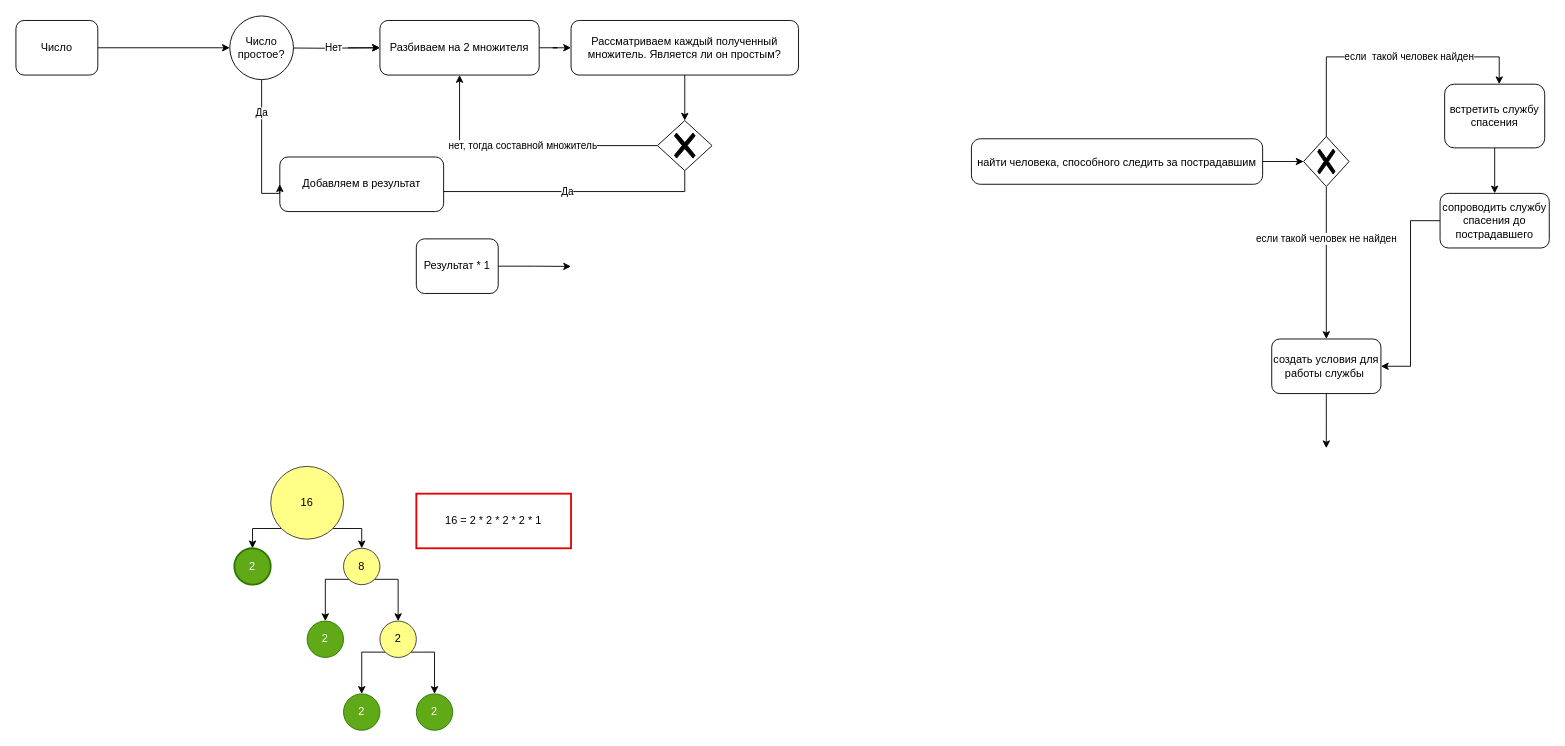
KirillMazinskiy/test2 keeps this draw.io diagram as Untitled Diagram.drawio. Above is the earlier version. Source tidied: cells renumbered, new cells numbered last; positions are measured from the earlier drawing's top-left corner, leaving out a move shared by most shapes. Both pictures are drawn from the tidied source at 91%, with x=0, y=0 at pixel (15, 15).
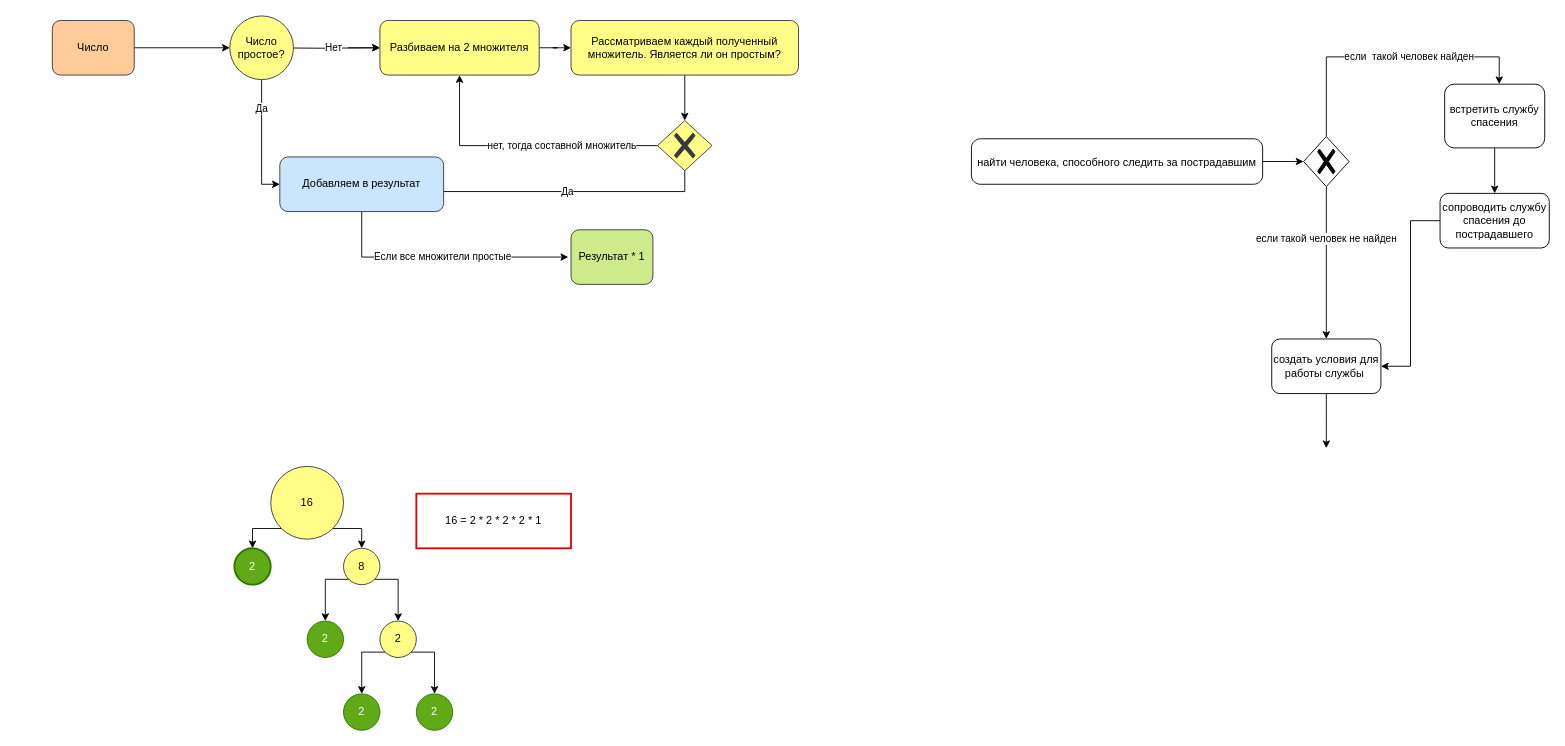
Above is the later version.

Diff of the diagram source:
```diff
@@
-    <mxCell id="3" value="Разбиваем на 2 множителя" style="rounded=1;whiteSpace=wrap;html=1;" parent="1" vertex="1">
+    <mxCell id="3" value="Разбиваем на 2 множителя" style="rounded=1;whiteSpace=wrap;html=1;fillColor=#ffff88;strokeColor=#36393d;" parent="1" vertex="1">
       <mxGeometry x="400" y="5" width="175" height="60" as="geometry" />
     </mxCell>
@@
-    <mxCell id="5" value="Рассматриваем каждый полученный множитель. Является ли он простым?" style="rounded=1;whiteSpace=wrap;html=1;" parent="1" vertex="1">
+    <mxCell id="5" value="Рассматриваем каждый полученный множитель. Является ли он простым?" style="rounded=1;whiteSpace=wrap;html=1;fillColor=#ffff88;strokeColor=#36393d;" parent="1" vertex="1">
       <mxGeometry x="610" y="5" width="250" height="60" as="geometry" />
     </mxCell>
@@
     <mxCell id="7" value="нет, тогда составной множитель" style="edgeStyle=orthogonalEdgeStyle;rounded=0;jettySize=auto;html=1;entryX=0.5;entryY=1;entryDx=0;entryDy=0;" parent="1" edge="1" source="8" target="3">
-      <mxGeometry relative="1" as="geometry" />
+      <mxGeometry x="-0.29" relative="1" as="geometry" />
     </mxCell>
-    <mxCell id="8" style="points=[[0.25,0.25,0],[0.5,0,0],[0.75,0.25,0],[1,0.5,0],[0.75,0.75,0],[0.5,1,0],[0.25,0.75,0],[0,0.5,0]];shape=mxgraph.bpmn.gateway2;html=1;verticalLabelPosition=bottom;labelBackgroundColor=#ffffff;verticalAlign=top;align=center;perimeter=rhombusPerimeter;outlineConnect=0;outline=none;symbol=none;gwType=exclusive;" parent="1" vertex="1">
+    <mxCell id="8" style="points=[[0.25,0.25,0],[0.5,0,0],[0.75,0.25,0],[1,0.5,0],[0.75,0.75,0],[0.5,1,0],[0.25,0.75,0],[0,0.5,0]];shape=mxgraph.bpmn.gateway2;html=1;verticalLabelPosition=bottom;labelBackgroundColor=#ffffff;verticalAlign=top;align=center;perimeter=rhombusPerimeter;outlineConnect=0;outline=none;symbol=none;gwType=exclusive;fillColor=#ffff88;strokeColor=#36393d;" parent="1" vertex="1">
       <mxGeometry x="705" y="115" width="60" height="55" as="geometry" />
     </mxCell>
@@
-    <mxCell id="22" value="Число" style="rounded=1;whiteSpace=wrap;html=1;" parent="1" vertex="1">
-      <mxGeometry y="5" width="90" height="60" as="geometry" />
+    <mxCell id="22" value="Число" style="rounded=1;whiteSpace=wrap;html=1;fillColor=#ffcc99;strokeColor=#36393d;" parent="1" vertex="1">
+      <mxGeometry x="40" y="5" width="90" height="60" as="geometry" />
     </mxCell>
+    <mxCell id="43" value="Если все множители простые" style="edgeStyle=orthogonalEdgeStyle;rounded=0;jettySize=auto;html=1;exitX=0.5;exitY=1;exitDx=0;exitDy=0;" parent="1" edge="1" source="23">
+      <mxGeometry relative="1" as="geometry">
+        <mxPoint x="607" y="265" as="targetPoint" />
+        <Array as="points">
+          <mxPoint x="380" y="265" />
+        </Array>
+      </mxGeometry>
+    </mxCell>
-    <mxCell id="23" value="Добавляем в результат" style="rounded=1;whiteSpace=wrap;html=1;" parent="1" vertex="1">
+    <mxCell id="23" value="Добавляем в результат" style="rounded=1;whiteSpace=wrap;html=1;fillColor=#cce5ff;strokeColor=#36393d;" parent="1" vertex="1">
       <mxGeometry x="290" y="155" width="180" height="60" as="geometry" />
     </mxCell>
@@
     <mxCell id="25" value="Да" style="edgeStyle=orthogonalEdgeStyle;rounded=0;jettySize=auto;html=1;exitX=0.5;exitY=1;exitDx=0;exitDy=0;entryX=0;entryY=0.5;entryDx=0;entryDy=0;" parent="1" edge="1" source="26" target="23">
       <mxGeometry x="-0.52" relative="1" as="geometry">
         <Array as="points">
-          <mxPoint x="270" y="195" />
+          <mxPoint x="270" y="185" />
         </Array>
       </mxGeometry>
     </mxCell>
-    <mxCell id="26" value="Число простое?" style="ellipse;whiteSpace=wrap;html=1;" parent="1" vertex="1">
+    <mxCell id="26" value="Число простое?" style="ellipse;whiteSpace=wrap;html=1;fillColor=#ffff88;strokeColor=#36393d;" parent="1" vertex="1">
       <mxGeometry x="235" width="70" height="70" as="geometry" />
     </mxCell>
@@
-    <mxCell id="41" style="edgeStyle=orthogonalEdgeStyle;rounded=0;jettySize=auto;html=1;exitX=1;exitY=0.5;exitDx=0;exitDy=0;" parent="1" edge="1" source="42">
-      <mxGeometry relative="1" as="geometry">
-        <mxPoint x="610" y="275.3" as="targetPoint" />
-      </mxGeometry>
-    </mxCell>
-    <mxCell id="42" value="Результат * 1" style="rounded=1;whiteSpace=wrap;html=1;" parent="1" vertex="1">
-      <mxGeometry x="440" y="245" width="90" height="60" as="geometry" />
+    <mxCell id="42" value="Результат * 1" style="rounded=1;whiteSpace=wrap;html=1;fillColor=#cdeb8b;strokeColor=#36393d;" parent="1" vertex="1">
+      <mxGeometry x="610" y="235" width="90" height="60" as="geometry" />
     </mxCell>
```
